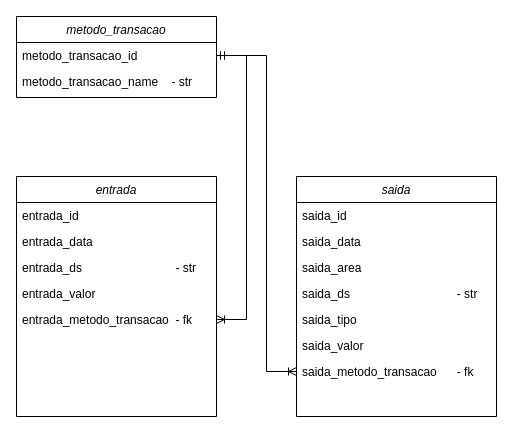
Antonio-Neves/my-money-management keeps this draw.io diagram as utils/my-money-management.drawio. Above is the earlier version. Source tidied: cells renumbered, new cells numbered last; positions are measured from the earlier drawing's top-left corner, leaving out a move shared by most shapes. Both pictures are drawn from the tidied source at 100%, with x=0, y=0 at pixel (16, 16).
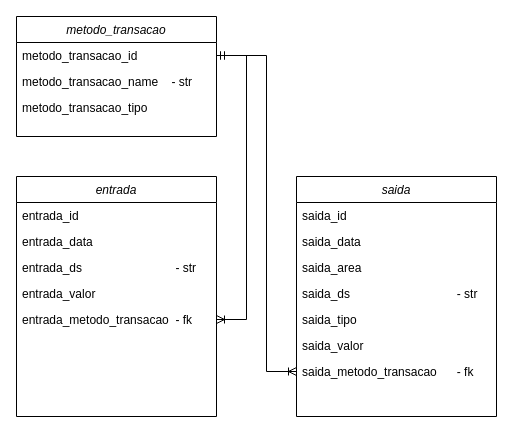
After the change.

Change to the diagram source:
```diff
@@
     <mxCell id="2" value="metodo_transacao" style="swimlane;fontStyle=2;align=center;verticalAlign=top;horizontal=1;startSize=26;rounded=0;shadow=0;strokeWidth=1;" parent="1" vertex="1">
-      <mxGeometry width="200" height="81" as="geometry" />
+      <mxGeometry width="200" height="120" as="geometry" />
     </mxCell>
@@
+    <mxCell id="21" value="metodo_transacao_tipo" style="text;align=left;verticalAlign=top;spacingLeft=4;spacingRight=4;overflow=hidden;rounded=0;shadow=0;html=0;" parent="2" vertex="1">
+      <mxGeometry y="78" width="200" height="26" as="geometry" />
+    </mxCell>
```
